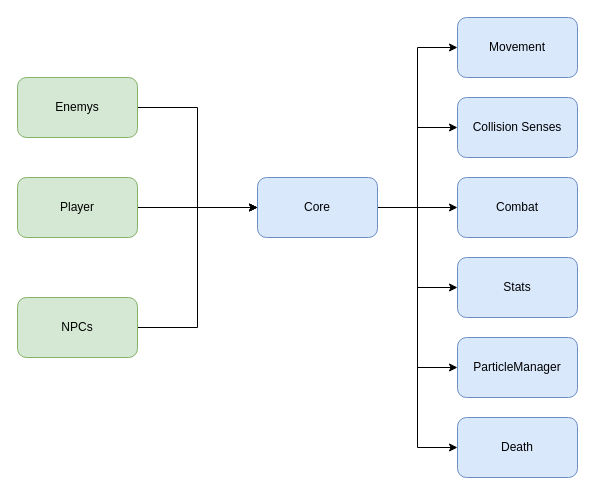
Earlier version of the draw.io diagram page "Refactoring" (3 of 4) of MaquinaEstadosPlayer.drawio (DarkSehna/GamesAlexandre). Source tidied: cells renumbered, new cells numbered last; positions are measured from the earlier drawing's top-left corner, leaving out a move shared by most shapes. Both pictures are drawn from the tidied source at 100%, with x=0, y=0 at pixel (17, 17).
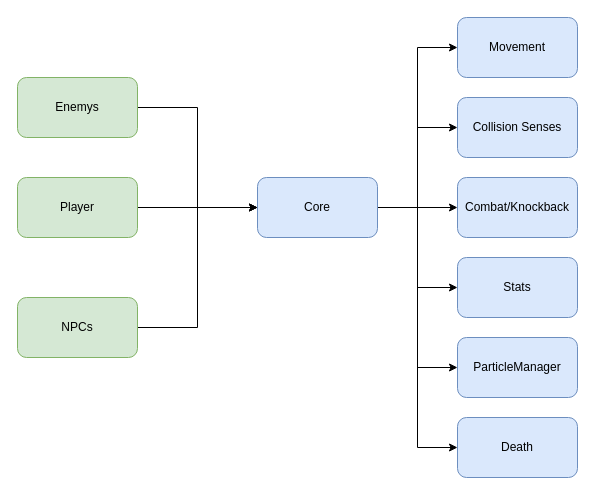
The same diagram, later.

Change to the diagram source:
```diff
@@
-    <mxCell id="17" value="Combat" style="rounded=1;whiteSpace=wrap;html=1;fillColor=#dae8fc;strokeColor=#6c8ebf;" parent="1" vertex="1">
+    <mxCell id="17" value="Combat/Knockback" style="rounded=1;whiteSpace=wrap;html=1;fillColor=#dae8fc;strokeColor=#6c8ebf;" parent="1" vertex="1">
       <mxGeometry x="440" y="160" width="120" height="60" as="geometry" />
     </mxCell>
```
